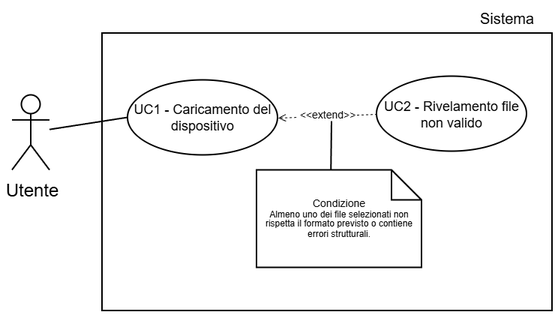
Earlier version of the draw.io export Tutti i documenti/Assets/Diagrammi/UC1.png (AtlasTeam9/Documenti). Source tidied: cells renumbered, new cells last; positions are measured from the earlier drawing's top-left corner, leaving out a move shared by most shapes.
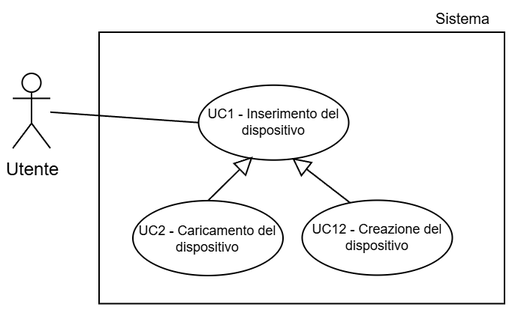
Later version of the same file.

Change to the diagram source:
```diff
@@ -3,39 +3,37 @@
     <mxCell id="0" />
     <mxCell id="1" parent="0" />
     <mxCell id="2" value="&lt;font style=&quot;color: light-dark(rgb(0, 0, 0), rgb(0, 0, 0));&quot;&gt;Utente&lt;/font&gt;" style="shape=umlActor;verticalLabelPosition=bottom;verticalAlign=top;html=1;outlineConnect=0;strokeColor=light-dark(#000000,#000000);fillColor=light-dark(#FFFFFF,transparent);" parent="1" vertex="1">
-      <mxGeometry y="61.2" width="25" height="50" as="geometry" />
+      <mxGeometry y="57.5" width="25" height="50" as="geometry" />
     </mxCell>
     <mxCell id="3" style="whiteSpace=wrap;html=1;strokeColor=light-dark(#000000,#000000);align=center;verticalAlign=top;fontFamily=Helvetica;fontSize=12;fontColor=default;fillColor=light-dark(#FFFFFF,#FFFFFF);strokeWidth=1;" parent="1" vertex="1">
-      <mxGeometry x="60" y="20" width="300" height="185" as="geometry" />
+      <mxGeometry x="57.5" y="30" width="270" height="181.2" as="geometry" />
     </mxCell>
     <mxCell id="4" style="endArrow=none;html=1;rounded=0;fontFamily=Helvetica;fontSize=12;fontColor=default;" parent="1" edge="1">
       <mxGeometry relative="1" as="geometry">
-        <mxPoint x="160" y="192.5" as="sourcePoint" />
-        <mxPoint x="210" y="142.5" as="targetPoint" />
+        <mxPoint x="157.5" y="133.8" as="sourcePoint" />
+        <mxPoint x="207.5" y="83.8" as="targetPoint" />
       </mxGeometry>
     </mxCell>
     <mxCell id="5" style="endArrow=none;html=1;rounded=0;fontFamily=Helvetica;fontSize=12;fontColor=default;strokeColor=light-dark(#000000,#000000);entryX=0;entryY=0.5;entryDx=0;entryDy=0;" parent="1" edge="1" source="2" target="6">
       <mxGeometry relative="1" as="geometry" />
     </mxCell>
-    <mxCell id="6" value="&lt;font style=&quot;color: light-dark(rgb(0, 0, 0), rgb(0, 0, 0)); line-height: 100%;&quot;&gt;UC1 - Caricamento del dispositivo&lt;/font&gt;" style="ellipse;whiteSpace=wrap;html=1;strokeColor=light-dark(#000000,#000000);align=center;verticalAlign=middle;fontFamily=Helvetica;fontSize=9;fontColor=default;fillColor=light-dark(#FFFFFF,#FFFFFF);" parent="1" vertex="1">
-      <mxGeometry x="77" y="51.2" width="100" height="50" as="geometry" />
+    <mxCell id="6" value="&lt;font style=&quot;color: light-dark(rgb(0, 0, 0), rgb(0, 0, 0)); line-height: 100%;&quot;&gt;UC1 - Inserimento del dispositivo&lt;/font&gt;" style="ellipse;whiteSpace=wrap;html=1;strokeColor=light-dark(#000000,#000000);align=center;verticalAlign=middle;fontFamily=Helvetica;fontSize=9;fontColor=default;fillColor=light-dark(#FFFFFF,#FFFFFF);" parent="1" vertex="1">
+      <mxGeometry x="123.8" y="65.4" width="100" height="50" as="geometry" />
     </mxCell>
-    <mxCell id="7" value="&lt;font style=&quot;color: light-dark(rgb(0, 0, 0), rgb(0, 0, 0)); line-height: 100%;&quot;&gt;UC2 - Rivelamento file non valido&lt;/font&gt;" style="ellipse;whiteSpace=wrap;html=1;strokeColor=light-dark(#000000,#000000);align=center;verticalAlign=middle;fontFamily=Helvetica;fontSize=9;fontColor=default;fillColor=light-dark(#FFFFFF, #ffffff);" parent="1" vertex="1">
-      <mxGeometry x="243" y="48.8" width="100" height="50" as="geometry" />
+    <mxCell id="7" value="Sistema" style="text;html=1;whiteSpace=wrap;strokeColor=none;fillColor=none;align=center;verticalAlign=middle;rounded=0;fontFamily=Helvetica;fontSize=10;fontColor=light-dark(#000000,#000000);labelBackgroundColor=none;" parent="1" vertex="1">
+      <mxGeometry x="270" y="11.3" width="60" height="20" as="geometry" />
     </mxCell>
-    <mxCell id="8" value="&amp;lt;&amp;lt;extend&amp;gt;&amp;gt;" style="endArrow=open;endSize=4;dashed=1;html=1;rounded=0;strokeColor=light-dark(#000000,#000000);strokeWidth=0.5;align=center;verticalAlign=middle;fontFamily=Helvetica;fontSize=7;fontColor=light-dark(#000000,#000000);labelBackgroundColor=light-dark(#000000,#FFFFFF);jumpSize=6;curved=0;entryX=1;entryY=0.5;entryDx=0;entryDy=0;exitX=0;exitY=0.5;exitDx=0;exitDy=0;labelPosition=center;verticalLabelPosition=middle;labelBorderColor=default;" parent="1" edge="1" source="7" target="6">
+    <mxCell id="8" style="endArrow=block;endFill=0;html=1;rounded=0;strokeWidth=1;entryX=0.361;entryY=0.954;entryDx=0;entryDy=0;entryPerimeter=0;exitX=0.5;exitY=0;exitDx=0;exitDy=0;startArrow=none;startFill=0;endSize=10;strokeColor=light-dark(#000000,#000000);" parent="1" edge="1" source="9" target="6">
       <mxGeometry relative="1" as="geometry" />
     </mxCell>
-    <mxCell id="9" value="Sistema" style="text;html=1;whiteSpace=wrap;strokeColor=none;fillColor=none;align=center;verticalAlign=middle;rounded=0;fontFamily=Helvetica;fontSize=10;fontColor=light-dark(#000000,#000000);labelBackgroundColor=none;" parent="1" vertex="1">
-      <mxGeometry x="300" width="60" height="20" as="geometry" />
+    <mxCell id="9" value="&lt;font style=&quot;color: light-dark(rgb(0, 0, 0), rgb(0, 0, 0)); line-height: 100%;&quot;&gt;UC2 - Caricamento del dispositivo&lt;/font&gt;" style="ellipse;whiteSpace=wrap;html=1;strokeColor=light-dark(#000000,#000000);align=center;verticalAlign=middle;fontFamily=Helvetica;fontSize=9;fontColor=default;fillColor=light-dark(#FFFFFF,#FFFFFF);" parent="1" vertex="1">
+      <mxGeometry x="80" y="142.5" width="100" height="50" as="geometry" />
     </mxCell>
-    <mxCell id="10" value="&lt;div style=&quot;line-height: 90%;&quot;&gt;&lt;font style=&quot;color: light-dark(rgb(0, 0, 0), rgb(0, 0, 0));&quot;&gt;Condizione&lt;/font&gt;&lt;div&gt;&lt;span id=&quot;docs-internal-guid-caf54f7a-7fff-3423-d8c9-518d23ddce13&quot;&gt;&lt;span style=&quot;font-family: Arial, sans-serif; background-color: transparent; font-variant-numeric: normal; font-variant-east-asian: normal; font-variant-alternates: normal; font-variant-position: normal; font-variant-emoji: normal; vertical-align: baseline; white-space-collapse: preserve;&quot;&gt;&lt;font style=&quot;font-size: 6px; color: light-dark(rgb(0, 0, 0), rgb(0, 0, 0)); line-height: 110%;&quot;&gt;Almeno uno dei file selezionati non rispetta il formato previsto o contiene errori strutturali.&lt;/font&gt;&lt;/span&gt;&lt;/span&gt;&lt;/div&gt;&lt;/div&gt;" style="shape=note;size=20;whiteSpace=wrap;html=1;strokeColor=light-dark(#000000,#000000);align=center;verticalAlign=middle;fontFamily=Helvetica;fontSize=7;fontColor=default;labelBackgroundColor=none;fillColor=light-dark(#FFFFFF,#FFFFFF);spacing=2;" parent="1" vertex="1">
-      <mxGeometry x="163" y="111.2" width="110" height="65" as="geometry" />
+    <mxCell id="10" value="&lt;font style=&quot;color: light-dark(rgb(0, 0, 0), rgb(0, 0, 0)); line-height: 100%;&quot;&gt;UC12 - Creazione del dispositivo&lt;/font&gt;" style="ellipse;whiteSpace=wrap;html=1;strokeColor=light-dark(#000000,#000000);align=center;verticalAlign=middle;fontFamily=Helvetica;fontSize=9;fontColor=default;fillColor=light-dark(#FFFFFF,#FFFFFF);" parent="1" vertex="1">
+      <mxGeometry x="192.8" y="142.2" width="100" height="50" as="geometry" />
     </mxCell>
-    <mxCell id="11" style="endArrow=none;endFill=0;endSize=12;html=1;rounded=0;strokeColor=light-dark(#000000,#000000);exitX=0.451;exitY=-0.002;exitDx=0;exitDy=0;exitPerimeter=0;" parent="1" edge="1" source="10">
-      <mxGeometry relative="1" as="geometry">
-        <mxPoint x="213" y="78.8" as="targetPoint" />
-      </mxGeometry>
+    <mxCell id="11" style="endArrow=block;endFill=0;html=1;rounded=0;strokeWidth=1;entryX=0.623;entryY=0.972;entryDx=0;entryDy=0;entryPerimeter=0;exitX=0.321;exitY=0.036;exitDx=0;exitDy=0;startArrow=none;startFill=0;endSize=10;strokeColor=light-dark(#000000,#000000);exitPerimeter=0;" parent="1" edge="1" source="10" target="6">
+      <mxGeometry relative="1" as="geometry" />
     </mxCell>
   </root>
 </mxGraphModel>
```
